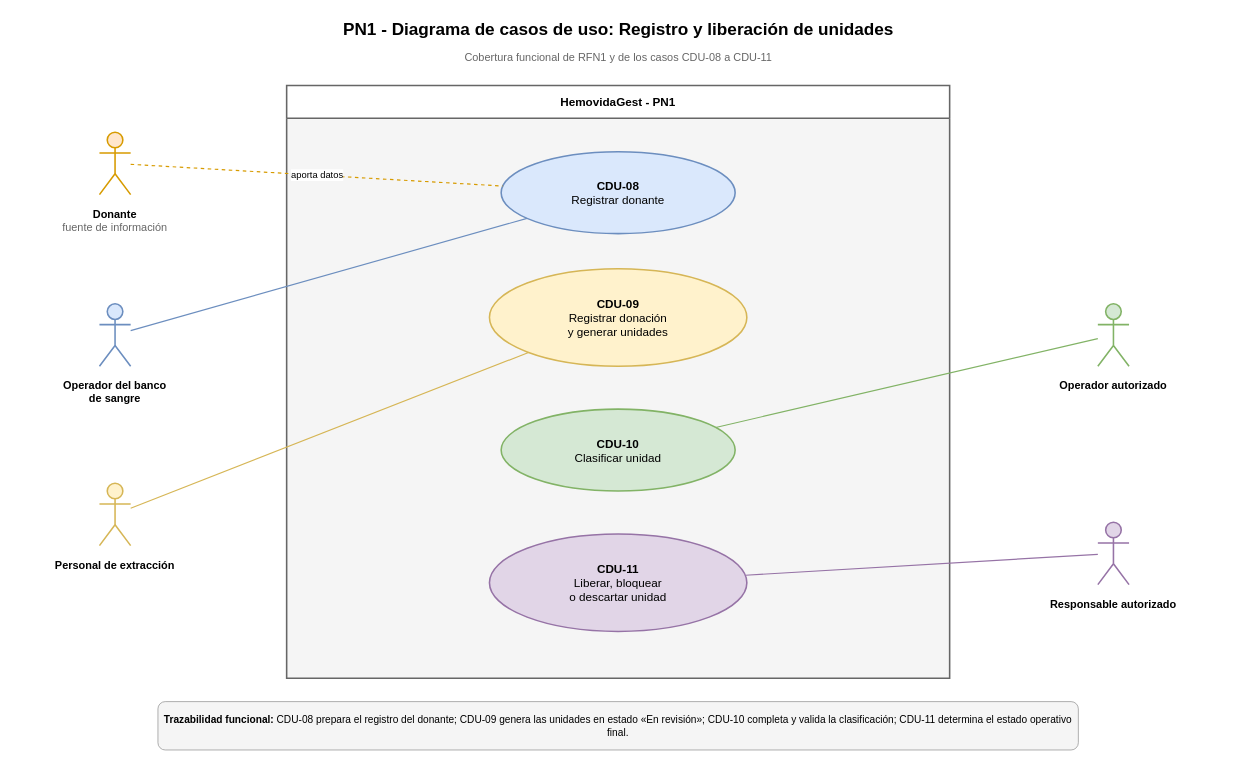
Before: Diagramas/Secuencia de Roles/PN1_DiagramaCasosDeUso.drawio in juanNH/Ingenieria-de-Software, a draw.io diagram. Source tidied: cells renumbered, new cells numbered last; positions are measured from the earlier drawing's top-left corner, leaving out a move shared by most shapes. Both pictures are drawn from the tidied source at 78%, with x=0, y=0 at pixel (13, 13).
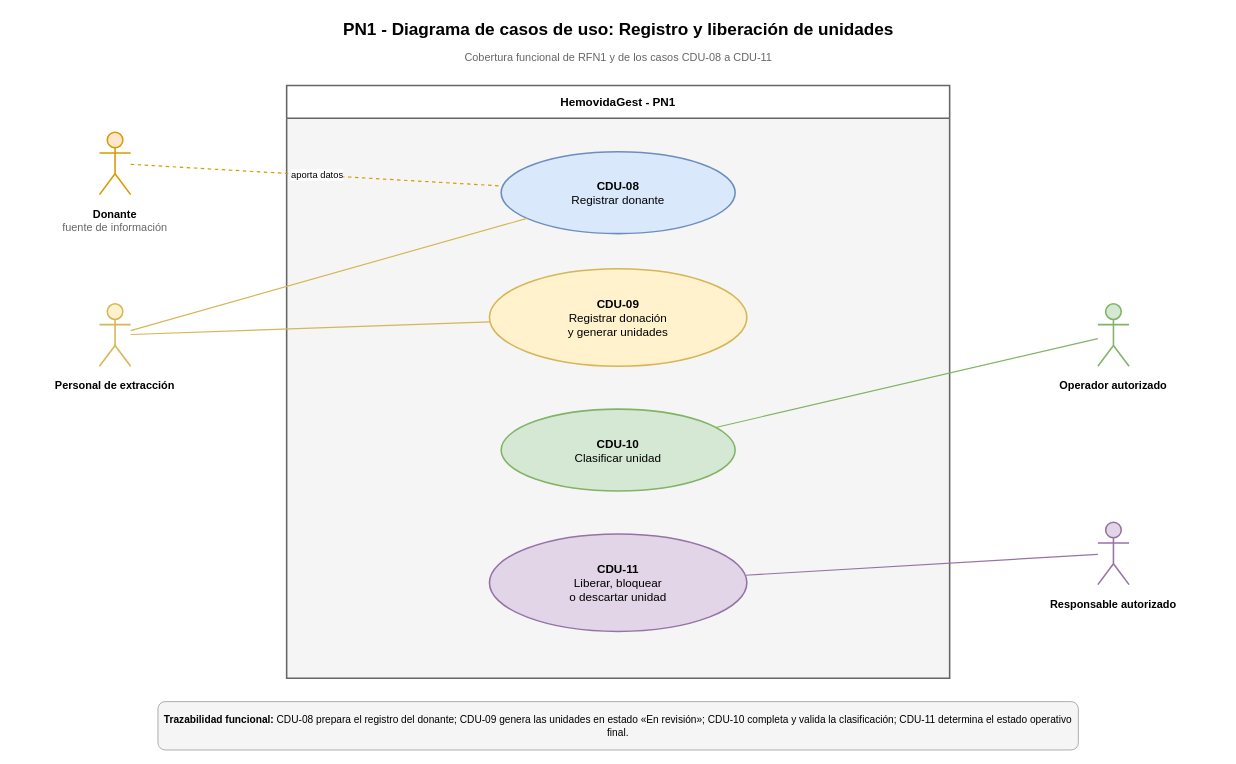
The same page after the edit.

The change refers to these unchanged cells:
```xml
<mxCell id="5" value="&lt;b&gt;CDU-08&lt;/b&gt;&lt;br&gt;Registrar donante" style="ellipse;whiteSpace=wrap;html=1;fillColor=#dae8fc;strokeColor=#6c8ebf;strokeWidth=2;fontSize=15;fontFamily=Arial;align=center;verticalAlign=middle;" parent="1" vertex="1">
  <mxGeometry x="625" y="177" width="300" height="105" as="geometry" />
</mxCell>
```

The edit, as a diff of the source:
```diff
@@
-    <mxCell id="11" style="shape=umlActor;html=1;fillColor=#dae8fc;strokeColor=#6c8ebf;strokeWidth=2;" parent="1" vertex="1">
-      <mxGeometry x="110" y="372" width="40" height="80" as="geometry" />
-    </mxCell>
-    <mxCell id="12" value="&lt;b&gt;Operador del banco&lt;br&gt;de sangre&lt;/b&gt;" style="text;html=1;strokeColor=none;fillColor=none;fontSize=14;fontFamily=Arial;align=center;verticalAlign=top;whiteSpace=wrap;" parent="1" vertex="1">
-      <mxGeometry y="462" width="260" height="55" as="geometry" />
-    </mxCell>
     <mxCell id="13" style="shape=umlActor;html=1;fillColor=#fff2cc;strokeColor=#d6b656;strokeWidth=2;" parent="1" vertex="1">
-      <mxGeometry x="110" y="602" width="40" height="80" as="geometry" />
+      <mxGeometry x="110" y="372" width="40" height="80" as="geometry" />
     </mxCell>
     <mxCell id="14" value="&lt;b&gt;Personal de extracción&lt;/b&gt;" style="text;html=1;strokeColor=none;fillColor=none;fontSize=14;fontFamily=Arial;align=center;verticalAlign=top;whiteSpace=wrap;" parent="1" vertex="1">
-      <mxGeometry y="692" width="260" height="40" as="geometry" />
+      <mxGeometry y="462" width="260" height="40" as="geometry" />
     </mxCell>
@@
-    <mxCell id="20" style="rounded=0;html=1;endArrow=none;strokeColor=#6c8ebf;strokeWidth=1.5;" parent="1" edge="1" source="11" target="5">
-      <mxGeometry relative="1" as="geometry" />
-    </mxCell>
+    <mxCell id="25" style="rounded=0;html=1;endArrow=none;strokeColor=#d6b656;strokeWidth=1.5;" parent="1" edge="1" source="13" target="5">
+      <mxGeometry relative="1" as="geometry" />
+    </mxCell>
```
